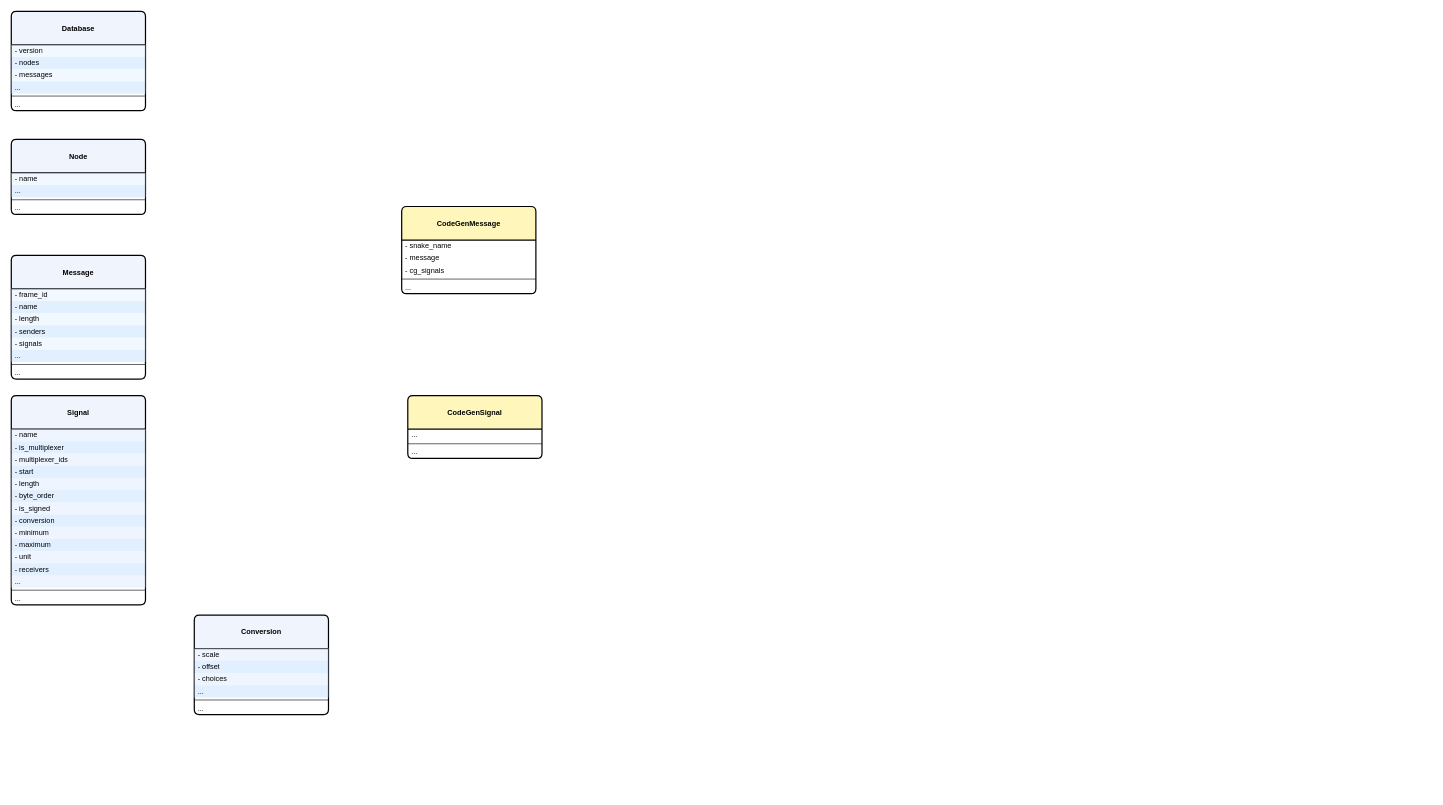
Before: images/2025-8-22-cantools/drawio/def_cmap.drawio in braisedp/braisedp.github.io, a draw.io diagram. Source tidied: cells renumbered, new cells numbered last; positions are measured from the earlier drawing's top-left corner, leaving out a move shared by most shapes. Both pictures are drawn from the tidied source at 61%, with x=0, y=0 at pixel (11, 11).
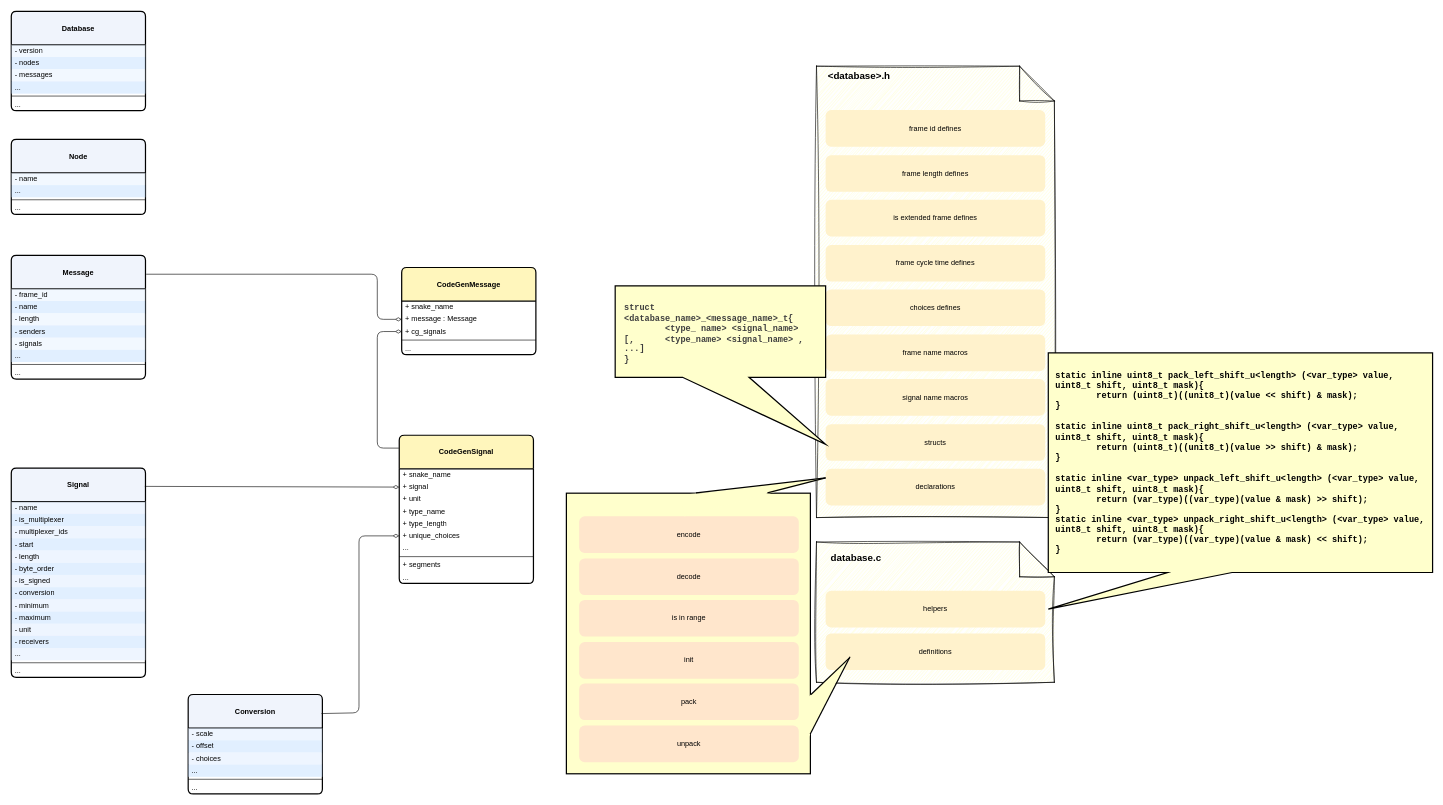
After the change.

The change refers to these unchanged cells:
```xml
<mxCell id="7" value="&lt;div&gt;&lt;b&gt;&lt;br&gt;&lt;/b&gt;&lt;/div&gt;&lt;b&gt;Message&lt;/b&gt;" style="swimlane;fontStyle=0;align=center;verticalAlign=top;horizontal=1;startSize=55;html=1;whiteSpace=wrap;rounded=1;arcSize=5;strokeWidth=2;fillColor=#F0F4FC;" parent="1" vertex="1">
  <mxGeometry y="400" width="220" height="203" as="geometry" />
</mxCell>
```

What changed in the source:
```diff
@@
+    <mxCell id="56" style="shape=note2;boundedLbl=1;whiteSpace=wrap;html=1;size=57;verticalAlign=top;align=center;sketch=1;curveFitting=1;jiggle=2;fillColor=#FFFFCC;" parent="1" vertex="1">
+      <mxGeometry x="1320" y="90" width="390" height="740" as="geometry" />
+    </mxCell>
@@
     <mxCell id="16" value="&lt;div&gt;&lt;br&gt;&lt;/div&gt;&lt;b&gt;Signal&lt;/b&gt;" style="swimlane;fontStyle=0;align=center;verticalAlign=top;horizontal=1;startSize=55;html=1;whiteSpace=wrap;arcSize=5;rounded=1;strokeWidth=2;fillColor=#F0F4FC;" parent="1" vertex="1">
-      <mxGeometry y="630" width="220" height="343" as="geometry" />
+      <mxGeometry y="749" width="220" height="343" as="geometry" />
     </mxCell>
@@
     <mxCell id="32" value="&lt;div&gt;&lt;b&gt;&lt;br&gt;&lt;/b&gt;&lt;/div&gt;&lt;b&gt;Conversion&lt;/b&gt;" style="swimlane;fontStyle=0;align=center;verticalAlign=top;horizontal=1;startSize=55;html=1;whiteSpace=wrap;arcSize=5;rounded=1;strokeWidth=2;fillColor=#F0F4FC;" parent="1" vertex="1">
-      <mxGeometry x="300" y="990" width="220" height="163" as="geometry" />
+      <mxGeometry x="290" y="1120" width="220" height="163" as="geometry" />
     </mxCell>
@@
     <mxCell id="46" value="&lt;div&gt;&lt;br&gt;&lt;/div&gt;&lt;b&gt;CodeGenSignal&lt;/b&gt;" style="swimlane;fontStyle=0;align=center;verticalAlign=top;horizontal=1;startSize=55;html=1;whiteSpace=wrap;arcSize=5;rounded=1;strokeWidth=2;fillColor=#FFF6BC;" parent="1" vertex="1">
-      <mxGeometry x="650" y="630" width="220" height="103" as="geometry" />
+      <mxGeometry x="636" y="695" width="220" height="243" as="geometry" />
     </mxCell>
-    <mxCell id="47" value="..." style="text;html=1;strokeColor=none;fillColor=none;align=left;verticalAlign=middle;spacingLeft=4;spacingRight=4;overflow=hidden;whiteSpace=wrap;sketch=1;curveFitting=1;jiggle=2;" parent="46" vertex="1">
+    <mxCell id="47" value="+ snake_name" style="text;html=1;strokeColor=none;fillColor=none;align=left;verticalAlign=middle;spacingLeft=4;spacingRight=4;overflow=hidden;whiteSpace=wrap;sketch=1;curveFitting=1;jiggle=2;" parent="46" vertex="1">
       <mxGeometry y="55" width="220" height="20" as="geometry" />
     </mxCell>
+    <mxCell id="57" value="+ signal" style="text;html=1;strokeColor=none;fillColor=none;align=left;verticalAlign=middle;spacingLeft=4;spacingRight=4;overflow=hidden;points=[[0,0.5],[1,0.5]];portConstraint=eastwest;whiteSpace=wrap;sketch=1;curveFitting=1;jiggle=2;" parent="46" vertex="1">
+      <mxGeometry y="75" width="220" height="20" as="geometry" />
+    </mxCell>
+    <mxCell id="58" value="+ unit" style="text;html=1;strokeColor=none;fillColor=none;align=left;verticalAlign=middle;spacingLeft=4;spacingRight=4;overflow=hidden;whiteSpace=wrap;sketch=1;curveFitting=1;jiggle=2;" parent="46" vertex="1">
+      <mxGeometry y="95" width="220" height="20" as="geometry" />
+    </mxCell>
+    <mxCell id="59" value="+ type_name" style="text;html=1;strokeColor=none;fillColor=none;align=left;verticalAlign=middle;spacingLeft=4;spacingRight=4;overflow=hidden;whiteSpace=wrap;sketch=1;curveFitting=1;jiggle=2;" parent="46" vertex="1">
+      <mxGeometry y="115" width="220" height="20" as="geometry" />
+    </mxCell>
+    <mxCell id="60" value="+ type_length" style="text;html=1;strokeColor=none;fillColor=none;align=left;verticalAlign=middle;spacingLeft=4;spacingRight=4;overflow=hidden;whiteSpace=wrap;sketch=1;curveFitting=1;jiggle=2;" parent="46" vertex="1">
+      <mxGeometry y="135" width="220" height="20" as="geometry" />
+    </mxCell>
+    <mxCell id="61" value="+ unique_choices" style="text;html=1;strokeColor=none;fillColor=none;align=left;verticalAlign=middle;spacingLeft=4;spacingRight=4;overflow=hidden;whiteSpace=wrap;sketch=1;curveFitting=1;jiggle=2;" parent="46" vertex="1">
+      <mxGeometry y="155" width="220" height="20" as="geometry" />
+    </mxCell>
+    <mxCell id="62" value="..." style="text;html=1;strokeColor=none;fillColor=none;align=left;verticalAlign=middle;spacingLeft=4;spacingRight=4;overflow=hidden;whiteSpace=wrap;sketch=1;curveFitting=1;jiggle=2;" parent="46" vertex="1">
+      <mxGeometry y="175" width="220" height="20" as="geometry" />
+    </mxCell>
     <mxCell id="48" style="line;strokeWidth=1;fillColor=none;align=left;verticalAlign=middle;spacingTop=-1;spacingLeft=3;spacingRight=3;labelPosition=right;" parent="46" vertex="1">
-      <mxGeometry y="75" width="220" height="8" as="geometry" />
+      <mxGeometry y="195" width="220" height="8" as="geometry" />
     </mxCell>
-    <mxCell id="49" value="..." style="text;html=1;strokeColor=none;fillColor=none;align=left;verticalAlign=middle;spacingLeft=4;spacingRight=4;overflow=hidden;whiteSpace=wrap;" parent="46" vertex="1">
-      <mxGeometry y="83" width="220" height="20" as="geometry" />
+    <mxCell id="49" value="+ segments" style="text;html=1;strokeColor=none;fillColor=none;align=left;verticalAlign=middle;spacingLeft=4;spacingRight=4;overflow=hidden;whiteSpace=wrap;" parent="46" vertex="1">
+      <mxGeometry y="203" width="220" height="20" as="geometry" />
     </mxCell>
+    <mxCell id="63" value="..." style="text;html=1;strokeColor=none;fillColor=none;align=left;verticalAlign=middle;spacingLeft=4;spacingRight=4;overflow=hidden;whiteSpace=wrap;" parent="46" vertex="1">
+      <mxGeometry y="223" width="220" height="20" as="geometry" />
+    </mxCell>
     <mxCell id="50" value="&lt;div&gt;&lt;br&gt;&lt;/div&gt;&lt;b&gt;CodeGenMessage&lt;/b&gt;" style="swimlane;fontStyle=0;align=center;verticalAlign=top;horizontal=1;startSize=55;html=1;whiteSpace=wrap;arcSize=5;rounded=1;strokeWidth=2;fillColor=#FFF6BC;" parent="1" vertex="1">
-      <mxGeometry x="640" y="320" width="220" height="143" as="geometry" />
+      <mxGeometry x="640" y="420" width="220" height="143" as="geometry" />
     </mxCell>
-    <mxCell id="51" value="- snake_name" style="text;html=1;strokeColor=none;fillColor=none;align=left;verticalAlign=middle;spacingLeft=4;spacingRight=4;overflow=hidden;whiteSpace=wrap;sketch=1;curveFitting=1;jiggle=2;" parent="50" vertex="1">
+    <mxCell id="51" value="+ snake_name" style="text;html=1;strokeColor=none;fillColor=none;align=left;verticalAlign=middle;spacingLeft=4;spacingRight=4;overflow=hidden;whiteSpace=wrap;sketch=1;curveFitting=1;jiggle=2;" parent="50" vertex="1">
       <mxGeometry y="55" width="220" height="20" as="geometry" />
     </mxCell>
-    <mxCell id="52" value="- message" style="text;html=1;strokeColor=none;fillColor=none;align=left;verticalAlign=middle;spacingLeft=4;spacingRight=4;overflow=hidden;points=[[0,0.5],[1,0.5]];portConstraint=eastwest;whiteSpace=wrap;sketch=1;curveFitting=1;jiggle=2;" parent="50" vertex="1">
+    <mxCell id="52" value="+ message : Message" style="text;html=1;strokeColor=none;fillColor=none;align=left;verticalAlign=middle;spacingLeft=4;spacingRight=4;overflow=hidden;points=[[0,0.5],[1,0.5]];portConstraint=eastwest;whiteSpace=wrap;sketch=1;curveFitting=1;jiggle=2;" parent="50" vertex="1">
       <mxGeometry y="75" width="220" height="20" as="geometry" />
     </mxCell>
-    <mxCell id="53" value="- cg_signals" style="text;html=1;strokeColor=none;fillColor=none;align=left;verticalAlign=middle;spacingLeft=4;spacingRight=4;overflow=hidden;points=[[0,0.5],[1,0.5]];portConstraint=eastwest;whiteSpace=wrap;sketch=1;curveFitting=1;jiggle=2;" parent="50" vertex="1">
+    <mxCell id="53" value="+ cg_signals" style="text;html=1;strokeColor=none;fillColor=none;align=left;verticalAlign=middle;spacingLeft=4;spacingRight=4;overflow=hidden;points=[[0,0.5],[1,0.5]];portConstraint=eastwest;whiteSpace=wrap;sketch=1;curveFitting=1;jiggle=2;" parent="50" vertex="1">
       <mxGeometry y="95" width="220" height="20" as="geometry" />
     </mxCell>
@@
+    <mxCell id="64" style="endArrow=none;startArrow=diamondThin;endFill=0;startFill=0;html=1;verticalAlign=bottom;labelBackgroundColor=none;strokeWidth=1;startSize=8;endSize=8;exitX=0;exitY=0.5;exitDx=0;exitDy=0;entryX=-0.003;entryY=0.087;entryDx=0;entryDy=0;entryPerimeter=0;" parent="1" edge="1" source="53" target="46">
+      <mxGeometry relative="1" as="geometry">
+        <Array as="points">
+          <mxPoint x="600" y="525" />
+          <mxPoint x="600" y="716" />
+        </Array>
+      </mxGeometry>
+    </mxCell>
+    <mxCell id="65" style="endArrow=none;startArrow=diamondThin;endFill=0;startFill=0;html=1;verticalAlign=bottom;labelBackgroundColor=none;strokeWidth=1;startSize=8;endSize=8;exitX=0;exitY=0.5;exitDx=0;exitDy=0;entryX=1.005;entryY=0.153;entryDx=0;entryDy=0;entryPerimeter=0;" parent="1" edge="1" source="52" target="7">
+      <mxGeometry relative="1" as="geometry">
+        <Array as="points">
+          <mxPoint x="600" y="505" />
+          <mxPoint x="600" y="431" />
+        </Array>
+      </mxGeometry>
+    </mxCell>
+    <mxCell id="66" style="endArrow=none;startArrow=diamondThin;endFill=0;startFill=0;html=1;verticalAlign=bottom;labelBackgroundColor=none;strokeWidth=1;startSize=8;endSize=8;exitX=0;exitY=0.5;exitDx=0;exitDy=0;entryX=0.995;entryY=0.087;entryDx=0;entryDy=0;entryPerimeter=0;" parent="1" edge="1" source="57" target="16">
+      <mxGeometry relative="1" as="geometry" />
+    </mxCell>
+    <mxCell id="67" style="endArrow=none;startArrow=diamondThin;endFill=0;startFill=0;html=1;verticalAlign=bottom;labelBackgroundColor=none;strokeWidth=1;startSize=8;endSize=8;exitX=0;exitY=0.5;exitDx=0;exitDy=0;entryX=0.993;entryY=0.192;entryDx=0;entryDy=0;entryPerimeter=0;" parent="1" edge="1" target="32">
+      <mxGeometry relative="1" as="geometry">
+        <mxPoint x="636" y="860" as="sourcePoint" />
+        <Array as="points">
+          <mxPoint x="570" y="860" />
+          <mxPoint x="570" y="1150" />
+        </Array>
+      </mxGeometry>
+    </mxCell>
+    <mxCell id="68" style="shape=note2;boundedLbl=1;whiteSpace=wrap;html=1;size=57;verticalAlign=top;align=center;sketch=1;curveFitting=1;jiggle=2;fillColor=#FFFFCC;" parent="1" vertex="1">
+      <mxGeometry x="1320" y="870" width="390" height="230" as="geometry" />
+    </mxCell>
+    <mxCell id="69" value="database.c" style="text;html=1;align=center;verticalAlign=middle;whiteSpace=wrap;rounded=0;strokeWidth=2;fontSize=16;fontStyle=1;" parent="1" vertex="1">
+      <mxGeometry x="1330" y="880" width="110" height="31" as="geometry" />
+    </mxCell>
+    <mxCell id="70" value="frame id defines" style="rounded=1;whiteSpace=wrap;html=1;fillColor=#fff2cc;strokeColor=none;" parent="1" vertex="1">
+      <mxGeometry x="1335" y="162" width="360" height="60" as="geometry" />
+    </mxCell>
+    <mxCell id="71" value="frame length defines" style="rounded=1;whiteSpace=wrap;html=1;fillColor=#fff2cc;strokeColor=none;" parent="1" vertex="1">
+      <mxGeometry x="1335" y="236" width="360" height="60" as="geometry" />
+    </mxCell>
+    <mxCell id="72" value="is extended frame defines" style="rounded=1;whiteSpace=wrap;html=1;fillColor=#fff2cc;strokeColor=none;" parent="1" vertex="1">
+      <mxGeometry x="1335" y="309" width="360" height="60" as="geometry" />
+    </mxCell>
+    <mxCell id="73" value="frame cycle time defines" style="rounded=1;whiteSpace=wrap;html=1;fillColor=#fff2cc;strokeColor=none;" parent="1" vertex="1">
+      <mxGeometry x="1335" y="383" width="360" height="60" as="geometry" />
+    </mxCell>
+    <mxCell id="74" value="choices defines" style="rounded=1;whiteSpace=wrap;html=1;fillColor=#fff2cc;strokeColor=none;" parent="1" vertex="1">
+      <mxGeometry x="1335" y="456" width="360" height="60" as="geometry" />
+    </mxCell>
+    <mxCell id="75" value="frame name macros" style="rounded=1;whiteSpace=wrap;html=1;fillColor=#fff2cc;strokeColor=none;" parent="1" vertex="1">
+      <mxGeometry x="1335" y="530" width="360" height="60" as="geometry" />
+    </mxCell>
+    <mxCell id="76" value="signal name macros" style="rounded=1;whiteSpace=wrap;html=1;fillColor=#fff2cc;strokeColor=none;" parent="1" vertex="1">
+      <mxGeometry x="1335" y="603" width="360" height="60" as="geometry" />
+    </mxCell>
+    <mxCell id="77" value="&amp;lt;database&amp;gt;.h" style="text;html=1;align=center;verticalAlign=middle;whiteSpace=wrap;rounded=0;strokeWidth=2;fontSize=16;fontStyle=1;" parent="1" vertex="1">
+      <mxGeometry x="1310" y="90" width="160" height="31" as="geometry" />
+    </mxCell>
+    <mxCell id="78" value="structs" style="rounded=1;whiteSpace=wrap;html=1;fillColor=#fff2cc;strokeColor=none;" parent="1" vertex="1">
+      <mxGeometry x="1335" y="677" width="360" height="60" as="geometry" />
+    </mxCell>
+    <mxCell id="79" value="declarations" style="rounded=1;whiteSpace=wrap;html=1;fillColor=#fff2cc;strokeColor=none;" parent="1" vertex="1">
+      <mxGeometry x="1335" y="750" width="360" height="60" as="geometry" />
+    </mxCell>
+    <mxCell id="80" value="helpers" style="rounded=1;whiteSpace=wrap;html=1;fillColor=#fff2cc;strokeColor=none;" parent="1" vertex="1">
+      <mxGeometry x="1335" y="950" width="360" height="60" as="geometry" />
+    </mxCell>
+    <mxCell id="81" value="definitions" style="rounded=1;whiteSpace=wrap;html=1;fillColor=#fff2cc;strokeColor=none;" parent="1" vertex="1">
+      <mxGeometry x="1335" y="1020" width="360" height="60" as="geometry" />
+    </mxCell>
+    <mxCell id="82" style="shape=callout;whiteSpace=wrap;html=1;perimeter=calloutPerimeter;size=110;position=0.32;position2=1;base=109;align=left;fillColor=#FFFFCC;strokeColor=#000000;strokeWidth=2;" parent="1" vertex="1">
+      <mxGeometry x="990" y="450" width="345" height="260" as="geometry" />
+    </mxCell>
+    <mxCell id="83" value="&lt;font style=&quot;color: rgb(63, 63, 63); scrollbar-color: rgb(226, 226, 226) rgb(251, 251, 251); font-size: 14px;&quot;&gt;struct &amp;lt;database_name&amp;gt;_&amp;lt;message_name&amp;gt;_t{&lt;/font&gt;&lt;div style=&quot;color: rgb(63, 63, 63); scrollbar-color: rgb(226, 226, 226) rgb(251, 251, 251);&quot;&gt;&lt;font style=&quot;scrollbar-color: rgb(226, 226, 226) rgb(251, 251, 251); font-size: 14px;&quot;&gt;&lt;span style=&quot;white-space: pre;&quot;&gt;&#9;&lt;/span&gt;&amp;lt;type_ name&amp;gt; &amp;lt;signal_name&amp;gt; [, &lt;span style=&quot;white-space: pre;&quot;&gt;&#9;&lt;/span&gt;&amp;lt;type_name&amp;gt; &amp;lt;signal_name&amp;gt; , ...]&lt;/font&gt;&lt;/div&gt;&lt;div style=&quot;color: rgb(63, 63, 63); scrollbar-color: rgb(226, 226, 226) rgb(251, 251, 251);&quot;&gt;&lt;div style=&quot;color: rgb(63, 63, 63); scrollbar-color: rgb(226, 226, 226) rgb(251, 251, 251);&quot;&gt;&lt;font style=&quot;color: rgb(63, 63, 63); scrollbar-color: rgb(226, 226, 226) rgb(251, 251, 251); font-size: 14px;&quot;&gt;}&lt;/font&gt;&lt;/div&gt;&lt;/div&gt;" style="text;html=1;align=left;verticalAlign=middle;whiteSpace=wrap;rounded=0;fontFamily=Courier New;fontStyle=1;" parent="1" vertex="1">
+      <mxGeometry x="1003" y="494" width="307" height="69" as="geometry" />
+    </mxCell>
+    <mxCell id="84" style="rounded=0;whiteSpace=wrap;html=1;strokeWidth=2;fillColor=#FFFFCC;" parent="1" vertex="1">
+      <mxGeometry x="910" y="790" width="400" height="460" as="geometry" />
+    </mxCell>
+    <mxCell id="85" value="encode" style="rounded=1;whiteSpace=wrap;html=1;fillColor=#FFE6CC;strokeColor=none;" parent="1" vertex="1">
+      <mxGeometry x="931" y="828" width="360" height="60" as="geometry" />
+    </mxCell>
+    <mxCell id="86" value="decode" style="rounded=1;whiteSpace=wrap;html=1;fillColor=#FFE6CC;strokeColor=none;" parent="1" vertex="1">
+      <mxGeometry x="931" y="897" width="360" height="60" as="geometry" />
+    </mxCell>
+    <mxCell id="87" value="is in range" style="rounded=1;whiteSpace=wrap;html=1;fillColor=#FFE6CC;strokeColor=none;" parent="1" vertex="1">
+      <mxGeometry x="931" y="965" width="360" height="60" as="geometry" />
+    </mxCell>
+    <mxCell id="88" value="init" style="rounded=1;whiteSpace=wrap;html=1;fillColor=#FFE6CC;strokeColor=none;" parent="1" vertex="1">
+      <mxGeometry x="931" y="1034" width="360" height="60" as="geometry" />
+    </mxCell>
+    <mxCell id="89" value="pack" style="rounded=1;whiteSpace=wrap;html=1;fillColor=#FFE6CC;strokeColor=none;" parent="1" vertex="1">
+      <mxGeometry x="931" y="1102" width="360" height="60" as="geometry" />
+    </mxCell>
+    <mxCell id="90" value="unpack" style="rounded=1;whiteSpace=wrap;html=1;fillColor=#FFE6CC;strokeColor=none;" parent="1" vertex="1">
+      <mxGeometry x="931" y="1171" width="360" height="60" as="geometry" />
+    </mxCell>
+    <mxCell id="91" style="verticalLabelPosition=bottom;verticalAlign=top;html=1;shape=mxgraph.basic.obtuse_triangle;dx=0.49;rotation=90;fillColor=#FFFFCC;strokeColor=none;" parent="1" vertex="1">
+      <mxGeometry x="1275" y="1092" width="130" height="65" as="geometry" />
+    </mxCell>
+    <mxCell id="92" style="endArrow=none;html=1;strokeWidth=2;exitX=0.994;exitY=0.855;exitDx=0;exitDy=0;exitPerimeter=0;" parent="1" edge="1">
+      <mxGeometry relative="1" as="geometry">
+        <mxPoint x="1309.6" y="1185.2" as="sourcePoint" />
+        <mxPoint x="1375" y="1058" as="targetPoint" />
+      </mxGeometry>
+    </mxCell>
+    <mxCell id="93" style="endArrow=none;html=1;strokeWidth=2;exitX=0.994;exitY=0.855;exitDx=0;exitDy=0;exitPerimeter=0;" parent="1" edge="1">
+      <mxGeometry relative="1" as="geometry">
+        <mxPoint x="1311" y="1120" as="sourcePoint" />
+        <mxPoint x="1374" y="1060" as="targetPoint" />
+      </mxGeometry>
+    </mxCell>
+    <mxCell id="94" style="shape=mxgraph.arrows2.wedgeArrow;html=1;startWidth=17;fillColor=strokeColor;defaultFillColor=invert;defaultGradientColor=invert;entryX=0;entryY=0.25;entryDx=0;entryDy=0;exitX=0.475;exitY=0.045;exitDx=0;exitDy=0;exitPerimeter=0;strokeColor=#FFFFCC;" parent="1" edge="1" source="84" target="79">
+      <mxGeometry relative="1" as="geometry" />
+    </mxCell>
+    <mxCell id="95" style="endArrow=none;html=1;strokeWidth=2;exitX=0.531;exitY=-0.001;exitDx=0;exitDy=0;exitPerimeter=0;entryX=0;entryY=0.25;entryDx=0;entryDy=0;" parent="1" edge="1" source="84" target="79">
+      <mxGeometry relative="1" as="geometry" />
+    </mxCell>
+    <mxCell id="96" style="endArrow=none;html=1;strokeWidth=2;entryX=0;entryY=0.25;entryDx=0;entryDy=0;exitX=0.824;exitY=-0.001;exitDx=0;exitDy=0;exitPerimeter=0;" parent="1" edge="1" source="84" target="79">
+      <mxGeometry relative="1" as="geometry" />
+    </mxCell>
+    <mxCell id="97" style="shape=callout;whiteSpace=wrap;html=1;perimeter=calloutPerimeter;size=60;position=0.31;position2=0;base=106;align=left;fillColor=#FFFFCC;strokeColor=#000000;strokeWidth=2;" parent="1" vertex="1">
+      <mxGeometry x="1700" y="560" width="630" height="420" as="geometry" />
+    </mxCell>
+    <mxCell id="98" value="&lt;font&gt;static inline uint8_t pack_left_shift_u&amp;lt;length&amp;gt; (&amp;lt;var_type&amp;gt; value, uint8_t shift, uint8_t mask){&lt;/font&gt;&lt;div&gt;&lt;span&gt;&lt;span style=&quot;white-space: pre;&quot;&gt;&#9;&lt;/span&gt;return (uint8_t)((unit8_t)(value &amp;lt;&amp;lt; shift) &amp;amp; mask);&lt;br&gt;&lt;/span&gt;&lt;div&gt;&lt;font&gt;}&lt;/font&gt;&lt;/div&gt;&lt;/div&gt;" style="text;html=1;align=left;verticalAlign=middle;whiteSpace=wrap;rounded=0;fontFamily=Courier New;fontSize=14;fontStyle=1;" parent="1" vertex="1">
+      <mxGeometry x="1710" y="580" width="580" height="83" as="geometry" />
+    </mxCell>
+    <mxCell id="99" value="&lt;font&gt;static inline uint8_t pack_right_shift_u&amp;lt;length&amp;gt; (&amp;lt;var_type&amp;gt; value, uint8_t shift, uint8_t mask){&lt;/font&gt;&lt;div&gt;&lt;span&gt;&lt;span style=&quot;white-space: pre;&quot;&gt;&#9;&lt;/span&gt;return (uint8_t)((unit8_t)(value &amp;gt;&amp;gt; shift) &amp;amp; mask);&lt;br&gt;&lt;/span&gt;&lt;div&gt;&lt;font&gt;}&lt;/font&gt;&lt;/div&gt;&lt;/div&gt;" style="text;html=1;align=left;verticalAlign=middle;whiteSpace=wrap;rounded=0;fontFamily=Courier New;fontSize=14;fontStyle=1;" parent="1" vertex="1">
+      <mxGeometry x="1710" y="665.5" width="580" height="83" as="geometry" />
+    </mxCell>
+    <mxCell id="100" value="&lt;font&gt;static inline &amp;lt;var_type&amp;gt; unpack_left_shift_u&amp;lt;length&amp;gt; (&amp;lt;var_type&amp;gt; value, uint8_t shift, uint8_t mask){&lt;/font&gt;&lt;div&gt;&lt;span&gt;&lt;span style=&quot;white-space: pre;&quot;&gt;&#9;&lt;/span&gt;return (var_type)((var_type)(value &amp;amp; mask) &amp;gt;&amp;gt; shift);&lt;br&gt;&lt;/span&gt;&lt;div&gt;&lt;font&gt;}&lt;/font&gt;&lt;/div&gt;&lt;/div&gt;" style="text;html=1;align=left;verticalAlign=middle;whiteSpace=wrap;rounded=0;fontFamily=Courier New;fontSize=14;fontStyle=1;" parent="1" vertex="1">
+      <mxGeometry x="1710" y="750" width="600" height="83" as="geometry" />
+    </mxCell>
+    <mxCell id="101" value="&lt;font&gt;static inline &amp;lt;var_type&amp;gt; unpack_right_shift_u&amp;lt;length&amp;gt; (&amp;lt;var_type&amp;gt; value, uint8_t shift, uint8_t mask){&lt;/font&gt;&lt;div&gt;&lt;span&gt;&lt;span style=&quot;white-space: pre;&quot;&gt;&#9;&lt;/span&gt;return (var_type)((var_type)(value &amp;amp; mask) &amp;lt;&amp;lt; shift);&lt;br&gt;&lt;/span&gt;&lt;div&gt;&lt;font&gt;}&lt;/font&gt;&lt;/div&gt;&lt;/div&gt;" style="text;html=1;align=left;verticalAlign=middle;whiteSpace=wrap;rounded=0;fontFamily=Courier New;fontSize=14;fontStyle=1;" parent="1" vertex="1">
+      <mxGeometry x="1710" y="816.5" width="610" height="83" as="geometry" />
+    </mxCell>
```
